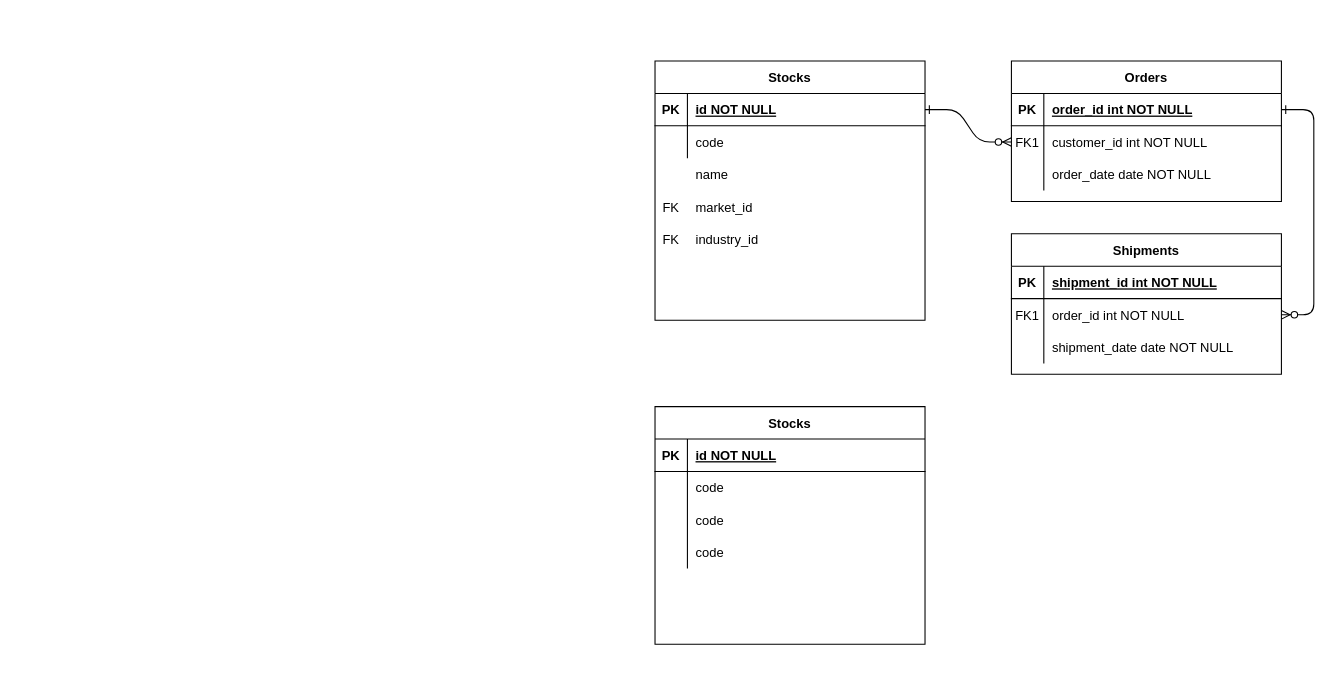
The draw.io diagram kabuboard2.drawio in 0gravity000/er001, before the edit. Source tidied: cells renumbered, new cells numbered last; positions are measured from the earlier drawing's top-left corner, leaving out a move shared by most shapes. Both pictures are drawn from the tidied source at 108%, with x=0, y=0 at pixel (654, 60).
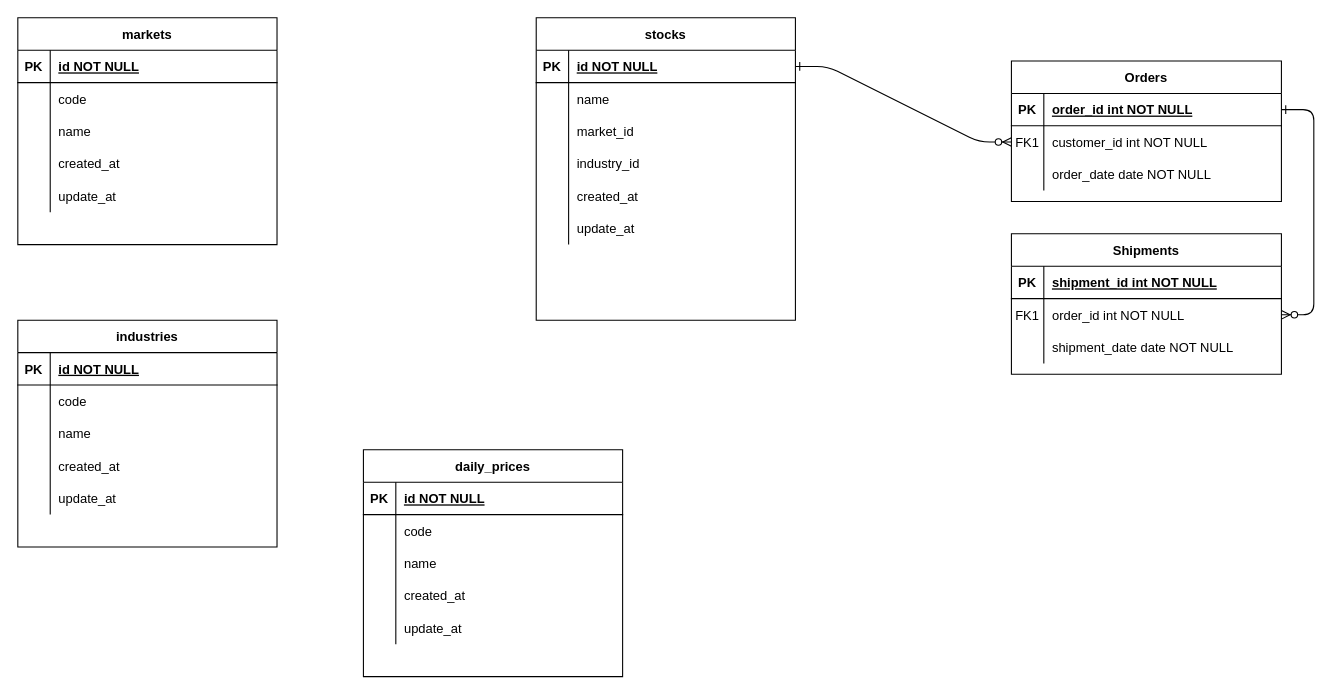
After the change.

Unchanged cells that the change refers to:
```xml
<mxCell id="8" style="shape=partialRectangle;fillColor=none;points=[[0,0.5],[1,0.5]];portConstraint=eastwest;top=0;left=0;right=0;bottom=0;" parent="4" vertex="1">
  <mxGeometry y="60" width="250" height="30" as="geometry" />
</mxCell>
```

The edit, as a diff of the source:
```diff
@@
-    <mxCell id="2" style="edgeStyle=entityRelationEdgeStyle;endArrow=ERzeroToMany;startArrow=ERone;endFill=1;startFill=0;" parent="1" edge="1" source="25" target="8">
+    <mxCell id="2" style="edgeStyle=entityRelationEdgeStyle;endArrow=ERzeroToMany;startArrow=ERone;endFill=1;startFill=0;exitX=1;exitY=0.5;exitDx=0;exitDy=0;" parent="1" edge="1" source="38" target="8">
       <mxGeometry relative="1" as="geometry" />
     </mxCell>
@@
-    <mxCell id="24" value="Stocks" style="shape=table;startSize=30;childLayout=tableLayout;rowLines=0;fontStyle=1;align=center;" parent="1" vertex="1">
-      <mxGeometry width="250" height="240" as="geometry" />
-    </mxCell>
-    <mxCell id="25" style="shape=partialRectangle;fillColor=none;points=[[0,0.5],[1,0.5]];portConstraint=eastwest;top=0;left=0;right=0;bottom=1;" parent="24" vertex="1">
-      <mxGeometry y="30" width="250" height="30" as="geometry" />
-    </mxCell>
-    <mxCell id="26" value="PK" style="shape=partialRectangle;overflow=hidden;fillColor=none;top=0;left=0;bottom=0;right=0;fontStyle=1;" parent="25" vertex="1">
-      <mxGeometry width="30" height="30" as="geometry" />
-    </mxCell>
-    <mxCell id="27" value="id NOT NULL " style="shape=partialRectangle;overflow=hidden;fillColor=none;top=0;left=0;bottom=0;right=0;align=left;spacingLeft=6;fontStyle=5;" parent="25" vertex="1">
-      <mxGeometry x="30" width="220" height="30" as="geometry" />
-    </mxCell>
-    <mxCell id="28" style="shape=partialRectangle;fillColor=none;top=0;left=0;right=0;bottom=0;" parent="24" vertex="1">
-      <mxGeometry y="60" width="250" height="30" as="geometry" />
-    </mxCell>
-    <mxCell id="29" style="shape=partialRectangle;overflow=hidden;fillColor=none;top=0;left=0;bottom=0;right=0;" parent="28" vertex="1">
-      <mxGeometry width="30" height="30" as="geometry" />
-    </mxCell>
-    <mxCell id="30" value="code" style="shape=partialRectangle;overflow=hidden;fillColor=none;top=0;left=0;bottom=0;right=0;align=left;spacingLeft=6;" parent="28" vertex="1">
-      <mxGeometry x="30" width="220" height="30" as="geometry" />
-    </mxCell>
-    <mxCell id="31" style="shape=partialRectangle;overflow=hidden;fillColor=none;top=0;left=0;bottom=0;right=0;" parent="1" vertex="1">
-      <mxGeometry y="90" width="30" height="30" as="geometry" />
-    </mxCell>
-    <mxCell id="32" value="name" style="shape=partialRectangle;overflow=hidden;fillColor=none;top=0;left=0;bottom=0;right=0;align=left;spacingLeft=6;" parent="1" vertex="1">
-      <mxGeometry x="30" y="90" width="220" height="30" as="geometry" />
-    </mxCell>
-    <mxCell id="33" value="FK" style="shape=partialRectangle;overflow=hidden;fillColor=none;top=0;left=0;bottom=0;right=0;" parent="1" vertex="1">
-      <mxGeometry y="120" width="30" height="30" as="geometry" />
-    </mxCell>
-    <mxCell id="34" value="market_id" style="shape=partialRectangle;overflow=hidden;fillColor=none;top=0;left=0;bottom=0;right=0;align=left;spacingLeft=6;" parent="1" vertex="1">
-      <mxGeometry x="30" y="120" width="220" height="30" as="geometry" />
-    </mxCell>
-    <mxCell id="35" value="industry_id" style="shape=partialRectangle;overflow=hidden;fillColor=none;top=0;left=0;bottom=0;right=0;align=left;spacingLeft=6;" parent="1" vertex="1">
-      <mxGeometry x="30" y="150" width="220" height="30" as="geometry" />
-    </mxCell>
-    <mxCell id="36" value="FK" style="shape=partialRectangle;overflow=hidden;fillColor=none;top=0;left=0;bottom=0;right=0;" parent="1" vertex="1">
-      <mxGeometry y="150" width="30" height="30" as="geometry" />
-    </mxCell>
-    <mxCell id="37" value="Stocks" style="shape=table;startSize=30;childLayout=tableLayout;rowLines=0;fontStyle=1;align=center;" parent="1" vertex="1">
-      <mxGeometry y="320" width="250" height="220" as="geometry" />
+    <mxCell id="37" value="stocks" style="shape=table;startSize=30;childLayout=tableLayout;rowLines=0;fontStyle=1;align=center;" parent="1" vertex="1">
+      <mxGeometry x="-110" y="-40" width="240" height="280" as="geometry" />
     </mxCell>
     <mxCell id="38" style="shape=partialRectangle;fillColor=none;points=[[0,0.5],[1,0.5]];portConstraint=eastwest;top=0;left=0;right=0;bottom=1;" parent="37" vertex="1">
-      <mxGeometry y="30" width="250" height="30" as="geometry" />
+      <mxGeometry y="30" width="240" height="30" as="geometry" />
     </mxCell>
@@
     <mxCell id="40" value="id NOT NULL " style="shape=partialRectangle;overflow=hidden;fillColor=none;top=0;left=0;bottom=0;right=0;align=left;spacingLeft=6;fontStyle=5;" parent="38" vertex="1">
-      <mxGeometry x="30" width="220" height="30" as="geometry" />
+      <mxGeometry x="30" width="210" height="30" as="geometry" />
     </mxCell>
     <mxCell id="41" style="shape=partialRectangle;fillColor=none;top=0;left=0;right=0;bottom=0;" parent="37" vertex="1">
-      <mxGeometry y="60" width="250" height="30" as="geometry" />
+      <mxGeometry y="60" width="240" height="30" as="geometry" />
     </mxCell>
@@
-    <mxCell id="43" value="code" style="shape=partialRectangle;overflow=hidden;fillColor=none;top=0;left=0;bottom=0;right=0;align=left;spacingLeft=6;" parent="41" vertex="1">
-      <mxGeometry x="30" width="220" height="30" as="geometry" />
+    <mxCell id="43" value="name" style="shape=partialRectangle;overflow=hidden;fillColor=none;top=0;left=0;bottom=0;right=0;align=left;spacingLeft=6;" parent="41" vertex="1">
+      <mxGeometry x="30" width="210" height="30" as="geometry" />
     </mxCell>
     <mxCell id="44" style="shape=partialRectangle;fillColor=none;top=0;left=0;right=0;bottom=0;" parent="37" vertex="1">
-      <mxGeometry y="90" width="250" height="30" as="geometry" />
+      <mxGeometry y="90" width="240" height="30" as="geometry" />
     </mxCell>
@@
-    <mxCell id="46" value="code" style="shape=partialRectangle;overflow=hidden;fillColor=none;top=0;left=0;bottom=0;right=0;align=left;spacingLeft=6;" parent="44" vertex="1">
-      <mxGeometry x="30" width="220" height="30" as="geometry" />
+    <mxCell id="46" value="market_id" style="shape=partialRectangle;overflow=hidden;fillColor=none;top=0;left=0;bottom=0;right=0;align=left;spacingLeft=6;" parent="44" vertex="1">
+      <mxGeometry x="30" width="210" height="30" as="geometry" />
     </mxCell>
     <mxCell id="47" style="shape=partialRectangle;fillColor=none;top=0;left=0;right=0;bottom=0;" parent="37" vertex="1">
-      <mxGeometry y="120" width="250" height="30" as="geometry" />
+      <mxGeometry y="120" width="240" height="30" as="geometry" />
     </mxCell>
@@
-    <mxCell id="49" value="code" style="shape=partialRectangle;overflow=hidden;fillColor=none;top=0;left=0;bottom=0;right=0;align=left;spacingLeft=6;" parent="47" vertex="1">
-      <mxGeometry x="30" width="220" height="30" as="geometry" />
+    <mxCell id="49" value="industry_id" style="shape=partialRectangle;overflow=hidden;fillColor=none;top=0;left=0;bottom=0;right=0;align=left;spacingLeft=6;" parent="47" vertex="1">
+      <mxGeometry x="30" width="210" height="30" as="geometry" />
     </mxCell>
+    <mxCell id="50" style="shape=partialRectangle;fillColor=none;top=0;left=0;right=0;bottom=0;" parent="37" vertex="1">
+      <mxGeometry y="150" width="240" height="30" as="geometry" />
+    </mxCell>
+    <mxCell id="51" style="shape=partialRectangle;overflow=hidden;fillColor=none;top=0;left=0;bottom=0;right=0;" parent="50" vertex="1">
+      <mxGeometry width="30" height="30" as="geometry" />
+    </mxCell>
+    <mxCell id="52" value="created_at" style="shape=partialRectangle;overflow=hidden;fillColor=none;top=0;left=0;bottom=0;right=0;align=left;spacingLeft=6;" parent="50" vertex="1">
+      <mxGeometry x="30" width="210" height="30" as="geometry" />
+    </mxCell>
+    <mxCell id="53" style="shape=partialRectangle;fillColor=none;top=0;left=0;right=0;bottom=0;" parent="37" vertex="1">
+      <mxGeometry y="180" width="240" height="30" as="geometry" />
+    </mxCell>
+    <mxCell id="54" style="shape=partialRectangle;overflow=hidden;fillColor=none;top=0;left=0;bottom=0;right=0;" parent="53" vertex="1">
+      <mxGeometry width="30" height="30" as="geometry" />
+    </mxCell>
+    <mxCell id="55" value="update_at" style="shape=partialRectangle;overflow=hidden;fillColor=none;top=0;left=0;bottom=0;right=0;align=left;spacingLeft=6;" parent="53" vertex="1">
+      <mxGeometry x="30" width="210" height="30" as="geometry" />
+    </mxCell>
+    <mxCell id="56" value="markets" style="shape=table;startSize=30;childLayout=tableLayout;rowLines=0;fontStyle=1;align=center;" parent="1" vertex="1">
+      <mxGeometry x="-590" y="-40" width="240" height="210" as="geometry" />
+    </mxCell>
+    <mxCell id="57" style="shape=partialRectangle;fillColor=none;top=0;left=0;bottom=1;right=0;" parent="56" vertex="1">
+      <mxGeometry y="30" width="240" height="30" as="geometry" />
+    </mxCell>
+    <mxCell id="58" value="PK" style="shape=partialRectangle;fillColor=none;top=0;left=0;bottom=0;right=0;fontStyle=1;overflow=hidden;" parent="57" vertex="1">
+      <mxGeometry width="30" height="30" as="geometry" />
+    </mxCell>
+    <mxCell id="59" value="id NOT NULL" style="shape=partialRectangle;fillColor=none;top=0;left=0;bottom=0;right=0;align=left;spacingLeft=6;fontStyle=5;overflow=hidden;" parent="57" vertex="1">
+      <mxGeometry x="30" width="210" height="30" as="geometry" />
+    </mxCell>
+    <mxCell id="60" style="shape=partialRectangle;fillColor=none;top=0;left=0;bottom=0;right=0;" parent="56" vertex="1">
+      <mxGeometry y="60" width="240" height="30" as="geometry" />
+    </mxCell>
+    <mxCell id="61" style="shape=partialRectangle;fillColor=none;top=0;left=0;bottom=0;right=0;overflow=hidden;" parent="60" vertex="1">
+      <mxGeometry width="30" height="30" as="geometry" />
+    </mxCell>
+    <mxCell id="62" value="code" style="shape=partialRectangle;fillColor=none;top=0;left=0;bottom=0;right=0;align=left;spacingLeft=6;overflow=hidden;" parent="60" vertex="1">
+      <mxGeometry x="30" width="210" height="30" as="geometry" />
+    </mxCell>
+    <mxCell id="63" style="shape=partialRectangle;fillColor=none;top=0;left=0;bottom=0;right=0;" parent="56" vertex="1">
+      <mxGeometry y="90" width="240" height="30" as="geometry" />
+    </mxCell>
+    <mxCell id="64" style="shape=partialRectangle;fillColor=none;top=0;left=0;bottom=0;right=0;overflow=hidden;" parent="63" vertex="1">
+      <mxGeometry width="30" height="30" as="geometry" />
+    </mxCell>
+    <mxCell id="65" value="name" style="shape=partialRectangle;fillColor=none;top=0;left=0;bottom=0;right=0;align=left;spacingLeft=6;overflow=hidden;" parent="63" vertex="1">
+      <mxGeometry x="30" width="210" height="30" as="geometry" />
+    </mxCell>
+    <mxCell id="66" style="shape=partialRectangle;fillColor=none;top=0;left=0;bottom=0;right=0;" parent="56" vertex="1">
+      <mxGeometry y="120" width="240" height="30" as="geometry" />
+    </mxCell>
+    <mxCell id="67" style="shape=partialRectangle;fillColor=none;top=0;left=0;bottom=0;right=0;overflow=hidden;" parent="66" vertex="1">
+      <mxGeometry width="30" height="30" as="geometry" />
+    </mxCell>
+    <mxCell id="68" value="created_at" style="shape=partialRectangle;fillColor=none;top=0;left=0;bottom=0;right=0;align=left;spacingLeft=6;overflow=hidden;" parent="66" vertex="1">
+      <mxGeometry x="30" width="210" height="30" as="geometry" />
+    </mxCell>
+    <mxCell id="69" style="shape=partialRectangle;fillColor=none;top=0;left=0;bottom=0;right=0;" parent="56" vertex="1">
+      <mxGeometry y="150" width="240" height="30" as="geometry" />
+    </mxCell>
+    <mxCell id="70" style="shape=partialRectangle;fillColor=none;top=0;left=0;bottom=0;right=0;overflow=hidden;" parent="69" vertex="1">
+      <mxGeometry width="30" height="30" as="geometry" />
+    </mxCell>
+    <mxCell id="71" value="update_at" style="shape=partialRectangle;fillColor=none;top=0;left=0;bottom=0;right=0;align=left;spacingLeft=6;overflow=hidden;" parent="69" vertex="1">
+      <mxGeometry x="30" width="210" height="30" as="geometry" />
+    </mxCell>
+    <mxCell id="72" value="industries" style="shape=table;startSize=30;childLayout=tableLayout;rowLines=0;fontStyle=1;align=center;" parent="1" vertex="1">
+      <mxGeometry x="-590" y="240" width="240" height="210" as="geometry" />
+    </mxCell>
+    <mxCell id="73" style="shape=partialRectangle;fillColor=none;top=0;left=0;bottom=1;right=0;" parent="72" vertex="1">
+      <mxGeometry y="30" width="240" height="30" as="geometry" />
+    </mxCell>
+    <mxCell id="74" value="PK" style="shape=partialRectangle;fillColor=none;top=0;left=0;bottom=0;right=0;fontStyle=1;overflow=hidden;" parent="73" vertex="1">
+      <mxGeometry width="30" height="30" as="geometry" />
+    </mxCell>
+    <mxCell id="75" value="id NOT NULL" style="shape=partialRectangle;fillColor=none;top=0;left=0;bottom=0;right=0;align=left;spacingLeft=6;fontStyle=5;overflow=hidden;" parent="73" vertex="1">
+      <mxGeometry x="30" width="210" height="30" as="geometry" />
+    </mxCell>
+    <mxCell id="76" style="shape=partialRectangle;fillColor=none;top=0;left=0;bottom=0;right=0;" parent="72" vertex="1">
+      <mxGeometry y="60" width="240" height="30" as="geometry" />
+    </mxCell>
+    <mxCell id="77" style="shape=partialRectangle;fillColor=none;top=0;left=0;bottom=0;right=0;overflow=hidden;" parent="76" vertex="1">
+      <mxGeometry width="30" height="30" as="geometry" />
+    </mxCell>
+    <mxCell id="78" value="code" style="shape=partialRectangle;fillColor=none;top=0;left=0;bottom=0;right=0;align=left;spacingLeft=6;overflow=hidden;" parent="76" vertex="1">
+      <mxGeometry x="30" width="210" height="30" as="geometry" />
+    </mxCell>
+    <mxCell id="79" style="shape=partialRectangle;fillColor=none;top=0;left=0;bottom=0;right=0;" parent="72" vertex="1">
+      <mxGeometry y="90" width="240" height="30" as="geometry" />
+    </mxCell>
+    <mxCell id="80" style="shape=partialRectangle;fillColor=none;top=0;left=0;bottom=0;right=0;overflow=hidden;" parent="79" vertex="1">
+      <mxGeometry width="30" height="30" as="geometry" />
+    </mxCell>
+    <mxCell id="81" value="name" style="shape=partialRectangle;fillColor=none;top=0;left=0;bottom=0;right=0;align=left;spacingLeft=6;overflow=hidden;" parent="79" vertex="1">
+      <mxGeometry x="30" width="210" height="30" as="geometry" />
+    </mxCell>
+    <mxCell id="82" style="shape=partialRectangle;fillColor=none;top=0;left=0;bottom=0;right=0;" parent="72" vertex="1">
+      <mxGeometry y="120" width="240" height="30" as="geometry" />
+    </mxCell>
+    <mxCell id="83" style="shape=partialRectangle;fillColor=none;top=0;left=0;bottom=0;right=0;overflow=hidden;" parent="82" vertex="1">
+      <mxGeometry width="30" height="30" as="geometry" />
+    </mxCell>
+    <mxCell id="84" value="created_at" style="shape=partialRectangle;fillColor=none;top=0;left=0;bottom=0;right=0;align=left;spacingLeft=6;overflow=hidden;" parent="82" vertex="1">
+      <mxGeometry x="30" width="210" height="30" as="geometry" />
+    </mxCell>
+    <mxCell id="85" style="shape=partialRectangle;fillColor=none;top=0;left=0;bottom=0;right=0;" parent="72" vertex="1">
+      <mxGeometry y="150" width="240" height="30" as="geometry" />
+    </mxCell>
+    <mxCell id="86" style="shape=partialRectangle;fillColor=none;top=0;left=0;bottom=0;right=0;overflow=hidden;" parent="85" vertex="1">
+      <mxGeometry width="30" height="30" as="geometry" />
+    </mxCell>
+    <mxCell id="87" value="update_at" style="shape=partialRectangle;fillColor=none;top=0;left=0;bottom=0;right=0;align=left;spacingLeft=6;overflow=hidden;" parent="85" vertex="1">
+      <mxGeometry x="30" width="210" height="30" as="geometry" />
+    </mxCell>
+    <mxCell id="88" value="daily_prices" style="shape=table;startSize=30;childLayout=tableLayout;rowLines=0;fontStyle=1;align=center;" parent="1" vertex="1">
+      <mxGeometry x="-270" y="360" width="240" height="210" as="geometry" />
+    </mxCell>
+    <mxCell id="89" style="shape=partialRectangle;fillColor=none;top=0;left=0;bottom=1;right=0;" parent="88" vertex="1">
+      <mxGeometry y="30" width="240" height="30" as="geometry" />
+    </mxCell>
+    <mxCell id="90" value="PK" style="shape=partialRectangle;fillColor=none;top=0;left=0;bottom=0;right=0;fontStyle=1;overflow=hidden;" parent="89" vertex="1">
+      <mxGeometry width="30" height="30" as="geometry" />
+    </mxCell>
+    <mxCell id="91" value="id NOT NULL" style="shape=partialRectangle;fillColor=none;top=0;left=0;bottom=0;right=0;align=left;spacingLeft=6;fontStyle=5;overflow=hidden;" parent="89" vertex="1">
+      <mxGeometry x="30" width="210" height="30" as="geometry" />
+    </mxCell>
+    <mxCell id="92" style="shape=partialRectangle;fillColor=none;top=0;left=0;bottom=0;right=0;" parent="88" vertex="1">
+      <mxGeometry y="60" width="240" height="30" as="geometry" />
+    </mxCell>
+    <mxCell id="93" style="shape=partialRectangle;fillColor=none;top=0;left=0;bottom=0;right=0;overflow=hidden;" parent="92" vertex="1">
+      <mxGeometry width="30" height="30" as="geometry" />
+    </mxCell>
+    <mxCell id="94" value="code" style="shape=partialRectangle;fillColor=none;top=0;left=0;bottom=0;right=0;align=left;spacingLeft=6;overflow=hidden;" parent="92" vertex="1">
+      <mxGeometry x="30" width="210" height="30" as="geometry" />
+    </mxCell>
+    <mxCell id="95" style="shape=partialRectangle;fillColor=none;top=0;left=0;bottom=0;right=0;" parent="88" vertex="1">
+      <mxGeometry y="90" width="240" height="30" as="geometry" />
+    </mxCell>
+    <mxCell id="96" style="shape=partialRectangle;fillColor=none;top=0;left=0;bottom=0;right=0;overflow=hidden;" parent="95" vertex="1">
+      <mxGeometry width="30" height="30" as="geometry" />
+    </mxCell>
+    <mxCell id="97" value="name" style="shape=partialRectangle;fillColor=none;top=0;left=0;bottom=0;right=0;align=left;spacingLeft=6;overflow=hidden;" parent="95" vertex="1">
+      <mxGeometry x="30" width="210" height="30" as="geometry" />
+    </mxCell>
+    <mxCell id="98" style="shape=partialRectangle;fillColor=none;top=0;left=0;bottom=0;right=0;" parent="88" vertex="1">
+      <mxGeometry y="120" width="240" height="30" as="geometry" />
+    </mxCell>
+    <mxCell id="99" style="shape=partialRectangle;fillColor=none;top=0;left=0;bottom=0;right=0;overflow=hidden;" parent="98" vertex="1">
+      <mxGeometry width="30" height="30" as="geometry" />
+    </mxCell>
+    <mxCell id="100" value="created_at" style="shape=partialRectangle;fillColor=none;top=0;left=0;bottom=0;right=0;align=left;spacingLeft=6;overflow=hidden;" parent="98" vertex="1">
+      <mxGeometry x="30" width="210" height="30" as="geometry" />
+    </mxCell>
+    <mxCell id="101" style="shape=partialRectangle;fillColor=none;top=0;left=0;bottom=0;right=0;" parent="88" vertex="1">
+      <mxGeometry y="150" width="240" height="30" as="geometry" />
+    </mxCell>
+    <mxCell id="102" style="shape=partialRectangle;fillColor=none;top=0;left=0;bottom=0;right=0;overflow=hidden;" parent="101" vertex="1">
+      <mxGeometry width="30" height="30" as="geometry" />
+    </mxCell>
+    <mxCell id="103" value="update_at" style="shape=partialRectangle;fillColor=none;top=0;left=0;bottom=0;right=0;align=left;spacingLeft=6;overflow=hidden;" parent="101" vertex="1">
+      <mxGeometry x="30" width="210" height="30" as="geometry" />
+    </mxCell>
```
